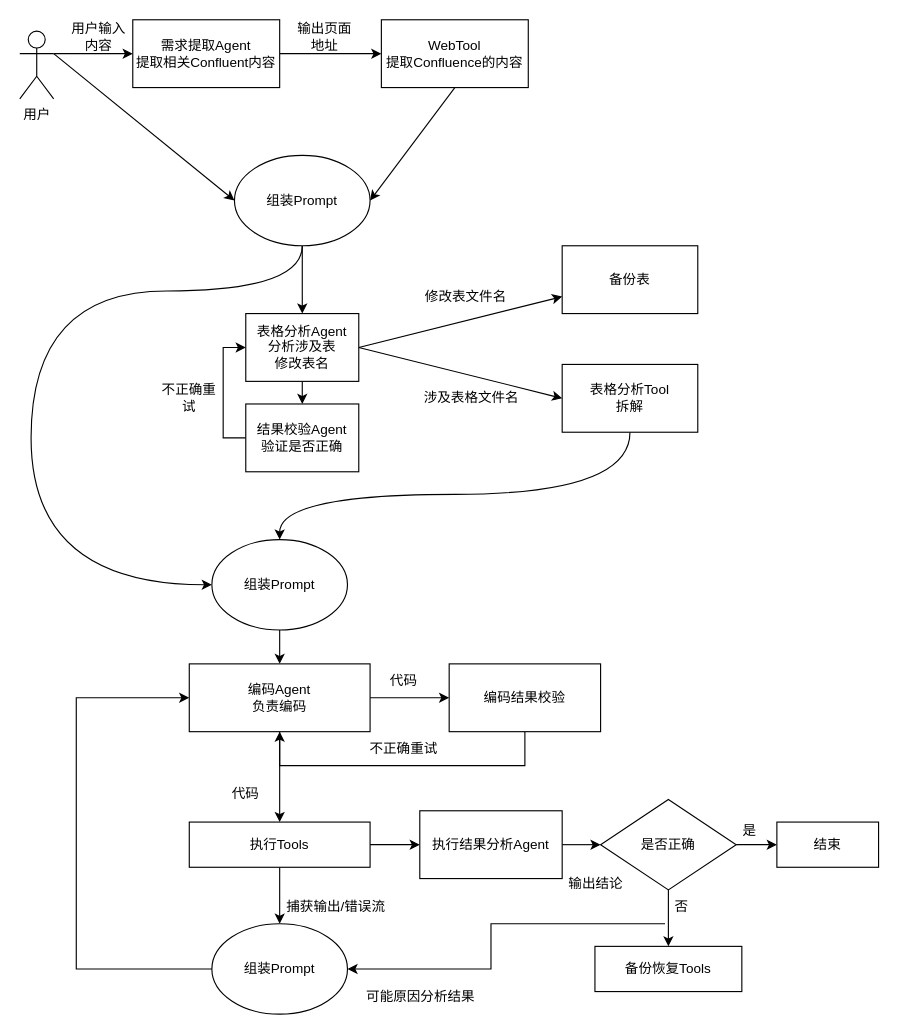
This is SSJJ2/SSJJ2AgentV3.drawio from Ordertiny/graph, a draw.io file, before an edit. Source tidied: cells renumbered, new cells numbered last; positions are measured from the earlier drawing's top-left corner, leaving out a move shared by most shapes. Both pictures are drawn from the tidied source at 113%, with x=0, y=0 at pixel (19, 19).
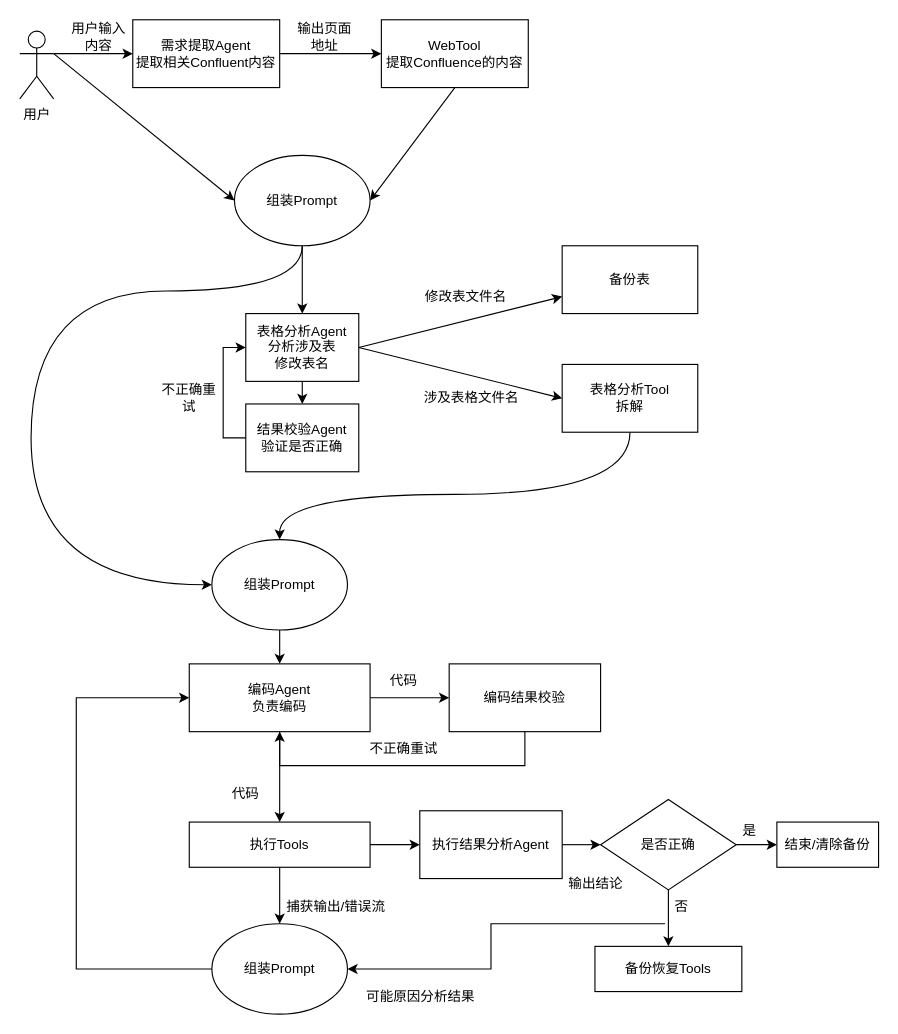
Above is the later version.

Diff of the diagram source:
```diff
@@
-    <mxCell id="42" value="结束" style="rounded=0;whiteSpace=wrap;html=1;" parent="1" vertex="1">
+    <mxCell id="42" value="结束/清除备份" style="rounded=0;whiteSpace=wrap;html=1;" parent="1" vertex="1">
       <mxGeometry x="670" y="710" width="90" height="40" as="geometry" />
     </mxCell>
```
